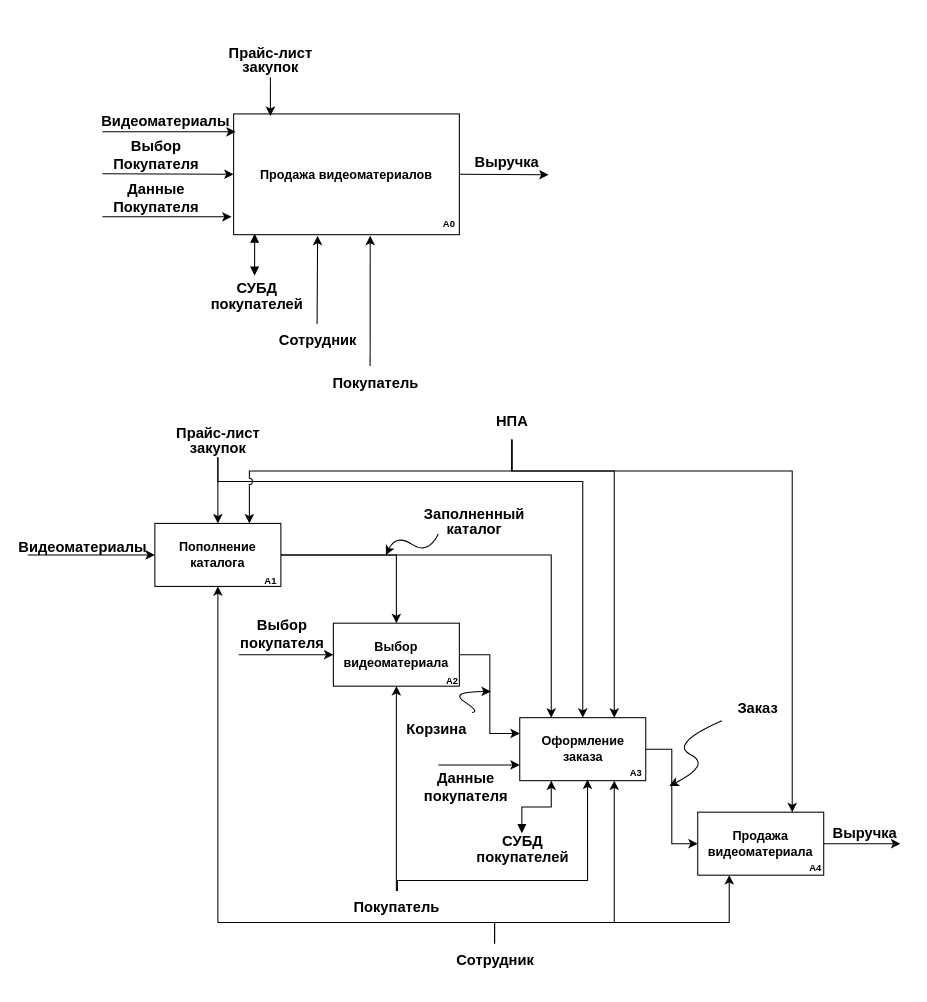
The draw.io diagram IDEF0.1.drawio in SpaleRud/OPDiagrams, before the edit. Source tidied: cells renumbered, new cells numbered last; positions are measured from the earlier drawing's top-left corner, leaving out a move shared by most shapes. Both pictures are drawn from the tidied source at 105%, with x=0, y=0 at pixel (27, 38).
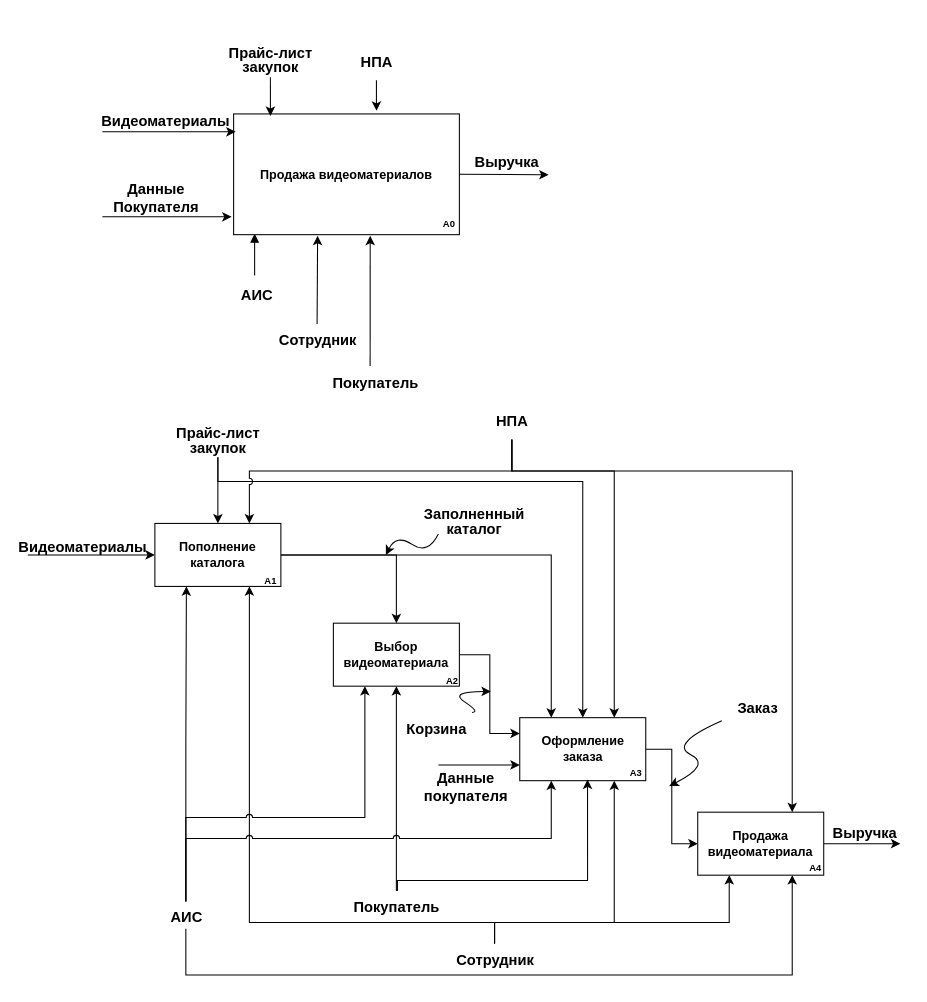
Above is the later version.

The change refers to these unchanged cells:
```xml
<mxCell id="11" value="&lt;font style=&quot;font-size: 14px;&quot;&gt;Сотрудник&lt;br&gt;&lt;/font&gt;" style="text;strokeColor=none;fillColor=none;html=1;fontSize=24;fontStyle=1;verticalAlign=middle;align=center;" parent="1" vertex="1">
  <mxGeometry x="398" y="862" width="93" height="26" as="geometry" />
</mxCell>
<mxCell id="19" value="&lt;b&gt;Оформление&lt;br&gt;заказа&lt;/b&gt;" style="rounded=0;whiteSpace=wrap;html=1;" parent="18" vertex="1">
  <mxGeometry width="120" height="60" as="geometry" />
</mxCell>
<mxCell id="22" value="&lt;b&gt;Выбор&lt;br&gt;видеоматериала&lt;/b&gt;" style="rounded=0;whiteSpace=wrap;html=1;" parent="21" vertex="1">
  <mxGeometry width="120" height="60" as="geometry" />
</mxCell>
<mxCell id="25" value="&lt;b&gt;Продажа&lt;br&gt;видеоматериала&lt;/b&gt;" style="rounded=0;whiteSpace=wrap;html=1;" parent="24" vertex="1">
  <mxGeometry width="120" height="60" as="geometry" />
</mxCell>
<mxCell id="30" value="&lt;b&gt;Продажа видеоматериалов&lt;/b&gt;" style="rounded=0;whiteSpace=wrap;html=1;" parent="29" vertex="1">
  <mxGeometry width="215" height="115" as="geometry" />
</mxCell>
<mxCell id="43" value="&lt;b&gt;Пополнение каталога&lt;/b&gt;" style="rounded=0;whiteSpace=wrap;html=1;" parent="42" vertex="1">
  <mxGeometry width="120" height="60" as="geometry" />
</mxCell>
```

The edit, as a diff of the source:
```diff
@@
-    <mxCell id="10" style="edgeStyle=orthogonalEdgeStyle;rounded=0;jettySize=auto;html=1;entryX=0.5;entryY=1;entryDx=0;entryDy=0;" parent="1" edge="1" source="11" target="43">
+    <mxCell id="10" style="edgeStyle=orthogonalEdgeStyle;rounded=0;jettySize=auto;html=1;entryX=0.75;entryY=1;entryDx=0;entryDy=0;" parent="1" edge="1" source="11" target="43">
       <mxGeometry relative="1" as="geometry">
         <Array as="points">
           <mxPoint x="445" y="842" />
-          <mxPoint x="181" y="842" />
+          <mxPoint x="211" y="842" />
         </Array>
       </mxGeometry>
     </mxCell>
@@
-    <mxCell id="14" style="endArrow=block;html=1;rounded=0;entryX=0.5;entryY=1;entryDx=0;entryDy=0;endFill=1;startArrow=block;startFill=1;" parent="1" edge="1">
+    <mxCell id="14" style="endArrow=block;html=1;rounded=0;entryX=0.5;entryY=1;entryDx=0;entryDy=0;endFill=1;startArrow=none;startFill=0;" parent="1" edge="1">
       <mxGeometry relative="1" as="geometry">
         <mxPoint x="216" y="226" as="sourcePoint" />
         <mxPoint x="216" y="186" as="targetPoint" />
       </mxGeometry>
     </mxCell>
-    <mxCell id="15" value="&lt;p style=&quot;line-height: 50%;&quot;&gt;&lt;font style=&quot;font-size: 14px;&quot;&gt;СУБД&lt;br&gt;покупателей&lt;br&gt;&lt;/font&gt;&lt;/p&gt;" style="text;strokeColor=none;fillColor=none;html=1;fontSize=24;fontStyle=1;verticalAlign=middle;align=center;" parent="1" vertex="1">
+    <mxCell id="15" value="&lt;p style=&quot;line-height: 50%;&quot;&gt;&lt;span style=&quot;font-size: 14px;&quot;&gt;АИС&lt;/span&gt;&lt;/p&gt;" style="text;strokeColor=none;fillColor=none;html=1;fontSize=24;fontStyle=1;verticalAlign=middle;align=center;" parent="1" vertex="1">
       <mxGeometry x="171" y="230" width="93" height="26" as="geometry" />
     </mxCell>
-    <mxCell id="16" style="edgeStyle=orthogonalEdgeStyle;rounded=0;jettySize=auto;html=1;entryX=0.25;entryY=1;entryDx=0;entryDy=0;startArrow=block;startFill=1;" parent="1" edge="1" source="17" target="19">
-      <mxGeometry relative="1" as="geometry" />
-    </mxCell>
-    <mxCell id="17" value="&lt;p style=&quot;line-height: 50%;&quot;&gt;&lt;font style=&quot;font-size: 14px;&quot;&gt;СУБД&lt;br&gt;покупателей&lt;br&gt;&lt;/font&gt;&lt;/p&gt;" style="text;strokeColor=none;fillColor=none;html=1;fontSize=24;fontStyle=1;verticalAlign=middle;align=center;" parent="1" vertex="1">
-      <mxGeometry x="424" y="757" width="93" height="26" as="geometry" />
-    </mxCell>
@@
-    <mxCell id="32" style="endArrow=classic;html=1;rounded=0;entryX=0;entryY=0.5;entryDx=0;entryDy=0;" parent="1" edge="1" target="30">
-      <mxGeometry relative="1" as="geometry">
-        <mxPoint x="71" y="129" as="sourcePoint" />
-      </mxGeometry>
-    </mxCell>
-    <mxCell id="33" value="&lt;font style=&quot;font-size: 14px;&quot;&gt;&lt;b&gt;Выбор&lt;br&gt;Покупателя&lt;/b&gt;&lt;/font&gt;" style="edgeLabel;html=1;align=center;verticalAlign=middle;" parent="32" vertex="1">
-      <mxGeometry x="-0.12" y="3" relative="1" as="geometry">
-        <mxPoint x="-5" y="-16" as="offset" />
-      </mxGeometry>
-    </mxCell>
@@
-    <mxCell id="55" style="endArrow=classic;html=1;rounded=0;entryX=0;entryY=0.5;entryDx=0;entryDy=0;" parent="1" edge="1" target="22">
-      <mxGeometry relative="1" as="geometry">
-        <mxPoint x="201" y="587" as="sourcePoint" />
-      </mxGeometry>
-    </mxCell>
-    <mxCell id="56" value="&lt;b style=&quot;font-size: 14px;&quot;&gt;Выбор&lt;br&gt;покупателя&lt;/b&gt;" style="edgeLabel;html=1;align=center;verticalAlign=middle;" parent="55" vertex="1">
-      <mxGeometry x="-0.13" y="-1" relative="1" as="geometry">
-        <mxPoint x="1" y="-22" as="offset" />
-      </mxGeometry>
-    </mxCell>
@@
+    <mxCell id="67" value="&lt;font style=&quot;font-size: 14px;&quot;&gt;НПА&lt;/font&gt;" style="text;strokeColor=none;fillColor=none;html=1;fontSize=24;fontStyle=1;verticalAlign=middle;align=center;" parent="1" vertex="1">
+      <mxGeometry x="282" width="100" height="40" as="geometry" />
+    </mxCell>
+    <mxCell id="68" style="edgeStyle=orthogonalEdgeStyle;rounded=0;jettySize=auto;html=1;entryX=0.633;entryY=-0.026;entryDx=0;entryDy=0;entryPerimeter=0;" parent="1" edge="1" source="67" target="30">
+      <mxGeometry relative="1" as="geometry" />
+    </mxCell>
+    <mxCell id="69" style="edgeStyle=orthogonalEdgeStyle;rounded=0;jettySize=auto;html=1;entryX=0.25;entryY=1;entryDx=0;entryDy=0;" parent="1" edge="1" source="73" target="43">
+      <mxGeometry relative="1" as="geometry" />
+    </mxCell>
+    <mxCell id="70" style="edgeStyle=orthogonalEdgeStyle;rounded=0;jettySize=auto;html=1;entryX=0.25;entryY=1;entryDx=0;entryDy=0;jumpStyle=arc;" parent="1" edge="1" source="73" target="22">
+      <mxGeometry relative="1" as="geometry">
+        <Array as="points">
+          <mxPoint x="151" y="742" />
+          <mxPoint x="321" y="742" />
+        </Array>
+      </mxGeometry>
+    </mxCell>
+    <mxCell id="71" style="edgeStyle=orthogonalEdgeStyle;rounded=0;jettySize=auto;html=1;entryX=0.25;entryY=1;entryDx=0;entryDy=0;jumpStyle=arc;" parent="1" edge="1" source="73" target="19">
+      <mxGeometry relative="1" as="geometry">
+        <Array as="points">
+          <mxPoint x="151" y="762" />
+          <mxPoint x="499" y="762" />
+        </Array>
+      </mxGeometry>
+    </mxCell>
+    <mxCell id="72" style="edgeStyle=orthogonalEdgeStyle;rounded=0;jettySize=auto;html=1;entryX=0.75;entryY=1;entryDx=0;entryDy=0;" parent="1" edge="1" source="73" target="25">
+      <mxGeometry relative="1" as="geometry">
+        <Array as="points">
+          <mxPoint x="151" y="892" />
+          <mxPoint x="728" y="892" />
+        </Array>
+      </mxGeometry>
+    </mxCell>
+    <mxCell id="73" value="&lt;p style=&quot;line-height: 50%;&quot;&gt;&lt;span style=&quot;font-size: 14px;&quot;&gt;АИС&lt;/span&gt;&lt;/p&gt;" style="text;strokeColor=none;fillColor=none;html=1;fontSize=24;fontStyle=1;verticalAlign=middle;align=center;" parent="1" vertex="1">
+      <mxGeometry x="104" y="822" width="93" height="26" as="geometry" />
+    </mxCell>
```
